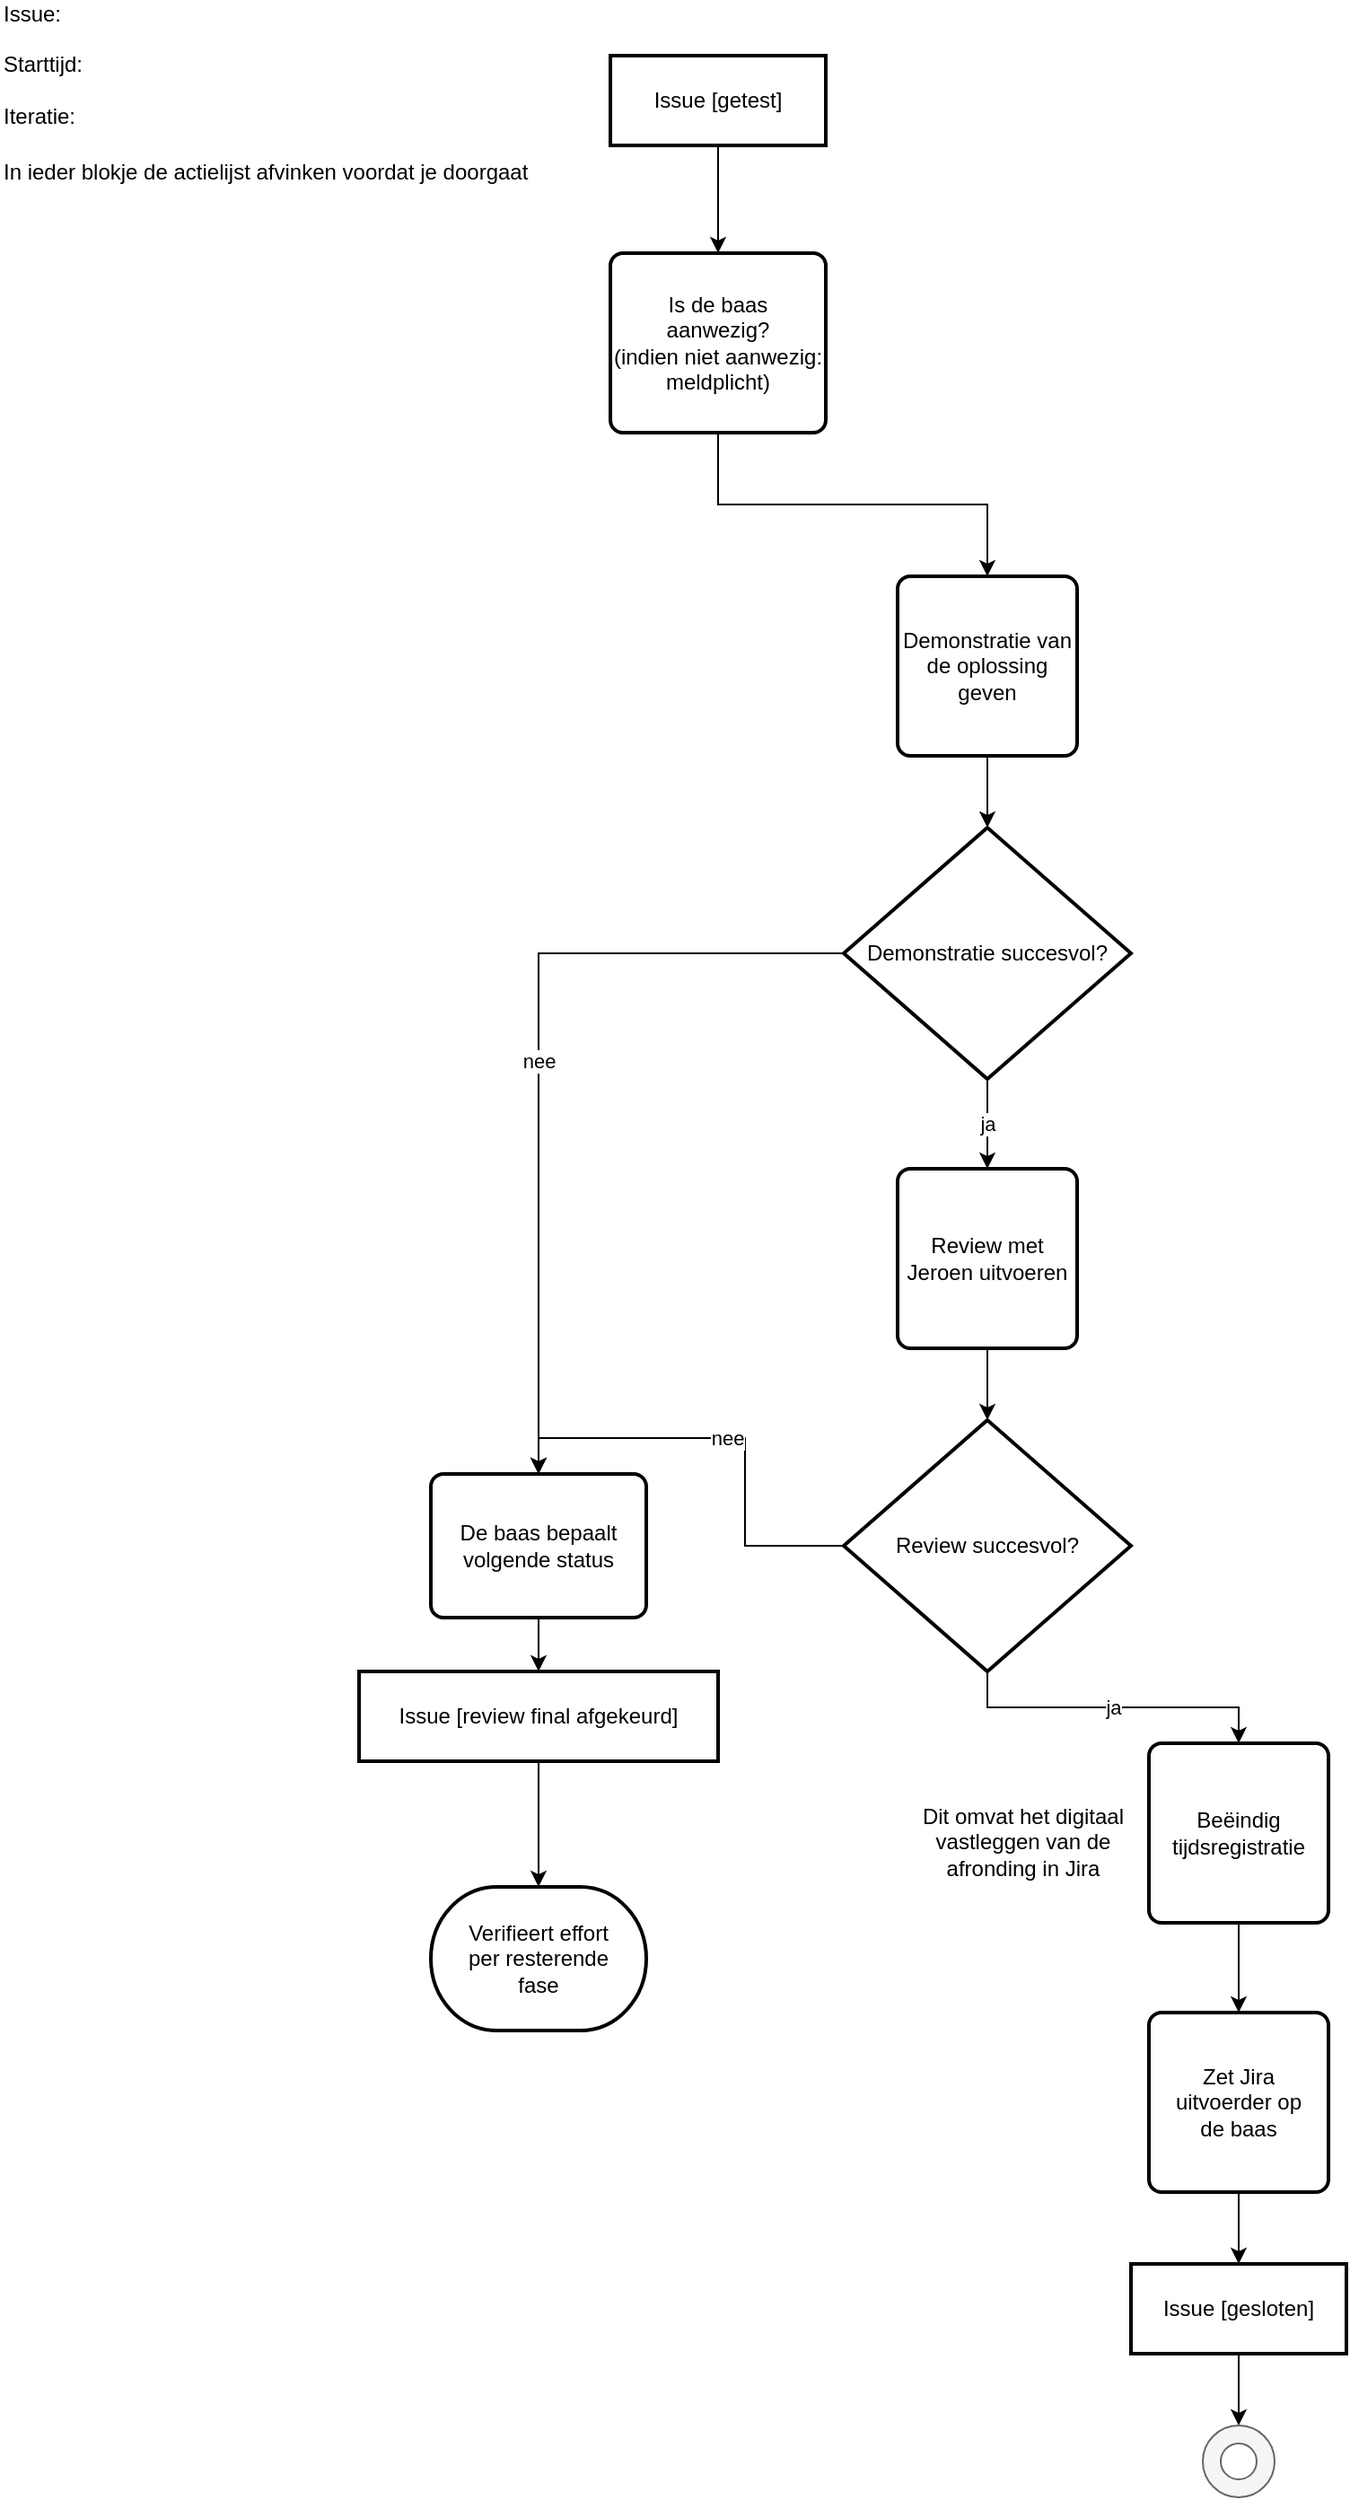
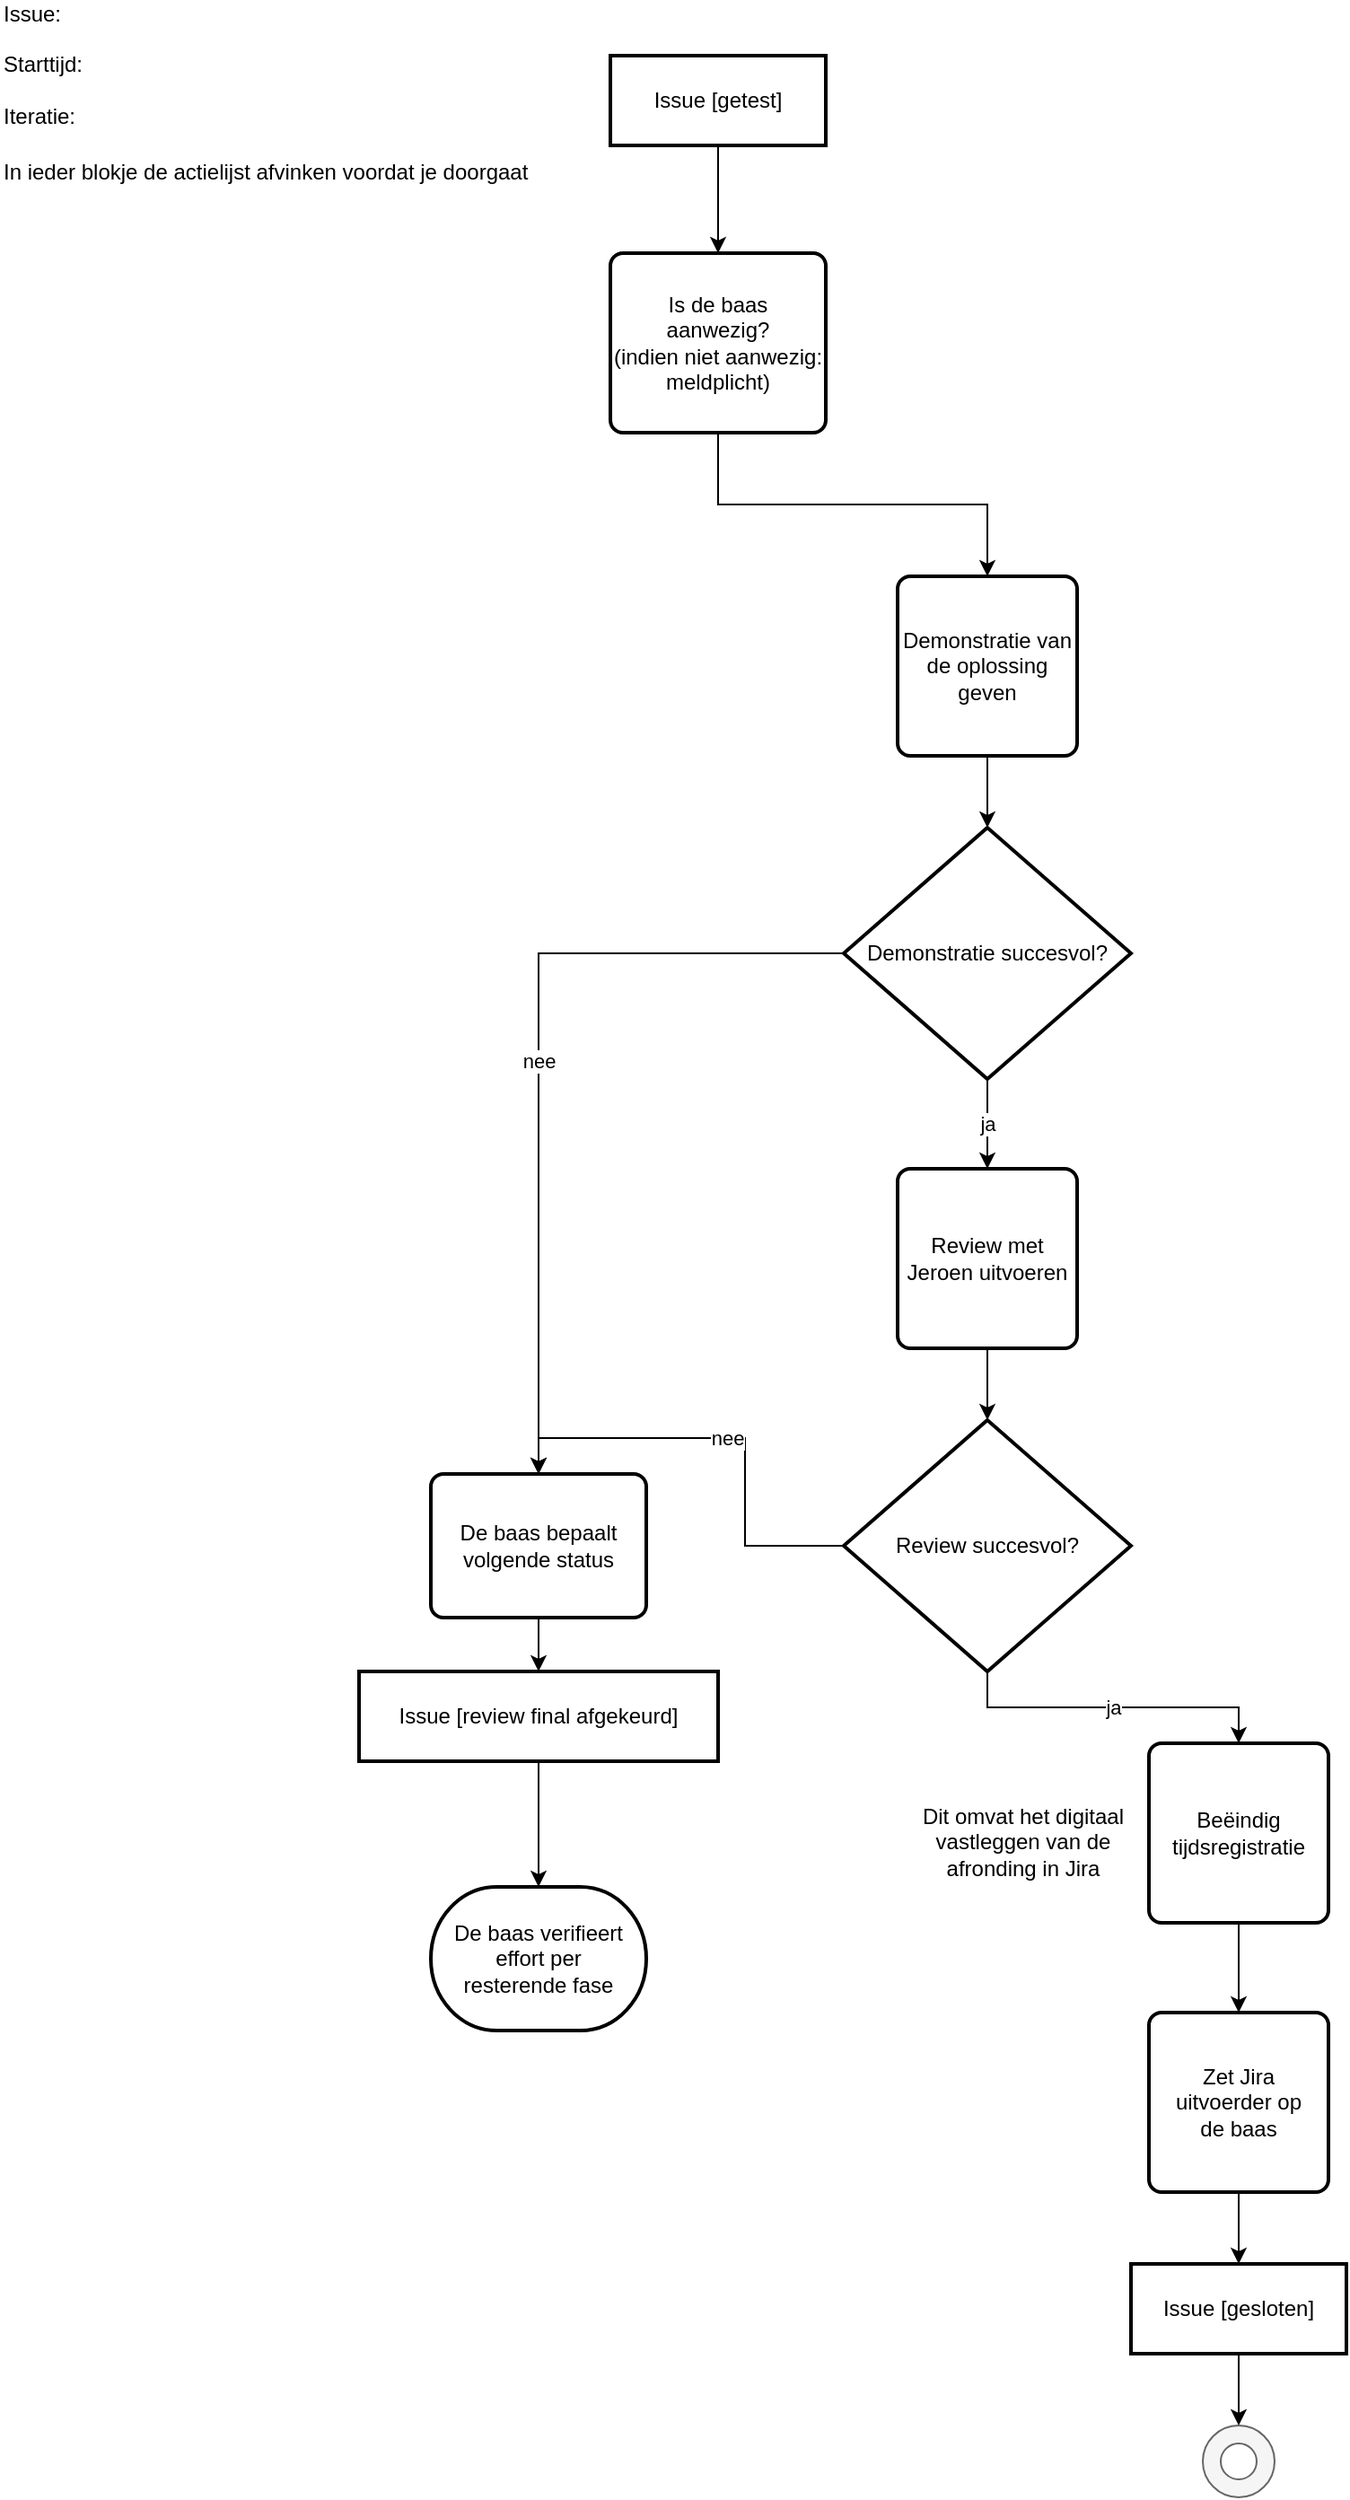
<mxfile host="Electron" agent="Mozilla/5.0 (Windows NT 10.0; Win64; x64) AppleWebKit/537.36 (KHTML, like Gecko) Chrome/143.0.0.0 Safari/537.36">
  <diagram name="Page-1" id="OA8Psgw5BU6XrezAwxYp">
    <mxGraphModel dx="1420" dy="970" grid="1" gridSize="10" guides="1" tooltips="1" connect="1" arrows="1" fold="1" page="1" pageScale="1" pageWidth="827" pageHeight="1169" math="0" shadow="0">
      <root>
        <mxCell id="0" />
        <mxCell id="1" parent="0" />
        <mxCell id="mpQzUtWff58q1bPTKcpG-1" edge="1" parent="1" source="mpQzUtWff58q1bPTKcpG-2" style="edgeStyle=orthogonalEdgeStyle;rounded=0;orthogonalLoop=1;jettySize=auto;html=1;entryX=0.5;entryY=0;entryDx=0;entryDy=0;" target="mpQzUtWff58q1bPTKcpG-4" value="">
          <mxGeometry relative="1" as="geometry" />
        </mxCell>
        <object label="Issue [getest]" Action="1001" id="mpQzUtWff58q1bPTKcpG-2">
          <mxCell parent="1" style="rounded=0;whiteSpace=wrap;html=1;strokeWidth=2;" vertex="1">
            <mxGeometry height="50" width="120" x="350" y="40" as="geometry" />
          </mxCell>
        </object>
        <mxCell id="mpQzUtWff58q1bPTKcpG-3" edge="1" parent="1" source="mpQzUtWff58q1bPTKcpG-4" style="edgeStyle=orthogonalEdgeStyle;rounded=0;orthogonalLoop=1;jettySize=auto;html=1;exitX=0.5;exitY=1;exitDx=0;exitDy=0;entryX=0.5;entryY=0;entryDx=0;entryDy=0;" target="mpQzUtWff58q1bPTKcpG-18">
          <mxGeometry relative="1" as="geometry" />
        </mxCell>
        <object label="Is de baas&lt;br&gt;aanwezig?&lt;br&gt;(indien niet aanwezig:&lt;br&gt;meldplicht)" Action="1002" id="mpQzUtWff58q1bPTKcpG-4">
          <mxCell parent="1" style="rounded=1;whiteSpace=wrap;html=1;absoluteArcSize=1;arcSize=14;strokeWidth=2;" vertex="1">
            <mxGeometry height="100" width="120" x="350" y="150" as="geometry" />
          </mxCell>
        </object>
        <mxCell id="edge_demo_to_demo_success" edge="1" parent="1" source="mpQzUtWff58q1bPTKcpG-18" style="edgeStyle=orthogonalEdgeStyle;rounded=0;orthogonalLoop=1;jettySize=auto;html=1;exitX=0.5;exitY=1;exitDx=0;exitDy=0;entryX=0.5;entryY=0;entryDx=0;entryDy=0;" target="node_demo_succesvol">
          <mxGeometry relative="1" as="geometry" />
        </mxCell>
        <object label="Demonstratie van de oplossing geven" Action="1004" id="mpQzUtWff58q1bPTKcpG-18">
          <mxCell parent="1" style="rounded=1;whiteSpace=wrap;html=1;absoluteArcSize=1;arcSize=14;strokeWidth=2;" vertex="1">
            <mxGeometry height="100" width="100" x="510" y="330" as="geometry" />
          </mxCell>
        </object>
        <mxCell id="edge_demo_success_ja" edge="1" parent="1" source="node_demo_succesvol" style="edgeStyle=orthogonalEdgeStyle;rounded=0;orthogonalLoop=1;jettySize=auto;html=1;exitX=0.5;exitY=1;exitDx=0;exitDy=0;entryX=0.5;entryY=0;entryDx=0;entryDy=0;" target="mpQzUtWff58q1bPTKcpG-28" value="ja">
          <mxGeometry relative="1" as="geometry" />
        </mxCell>
        <mxCell id="edge_demo_success_nee" edge="1" parent="1" source="node_demo_succesvol" style="edgeStyle=orthogonalEdgeStyle;rounded=0;orthogonalLoop=1;jettySize=auto;html=1;exitX=0;exitY=0.5;exitDx=0;exitDy=0;entryX=0.5;entryY=0;entryDx=0;entryDy=0;" target="mpQzUtWff58q1bPTKcpG-14" value="nee">
          <mxGeometry relative="1" as="geometry" />
        </mxCell>
        <object label="Demonstratie succesvol?" Action="1009" id="node_demo_succesvol">
          <mxCell parent="1" style="strokeWidth=2;html=1;shape=mxgraph.flowchart.decision;whiteSpace=wrap;" vertex="1">
            <mxGeometry height="140" width="160" x="480" y="470" as="geometry" />
          </mxCell>
        </object>
        <mxCell id="edge_review_to_review_success" edge="1" parent="1" source="mpQzUtWff58q1bPTKcpG-28" style="edgeStyle=orthogonalEdgeStyle;rounded=0;orthogonalLoop=1;jettySize=auto;html=1;exitX=0.5;exitY=1;exitDx=0;exitDy=0;entryX=0.5;entryY=0;entryDx=0;entryDy=0;" target="node_review_succesvol">
          <mxGeometry relative="1" as="geometry" />
        </mxCell>
        <object label="Review met Jeroen uitvoeren" Action="1005" id="mpQzUtWff58q1bPTKcpG-28">
          <mxCell parent="1" style="rounded=1;whiteSpace=wrap;html=1;absoluteArcSize=1;arcSize=14;strokeWidth=2;" vertex="1">
            <mxGeometry height="100" width="100" x="510" y="660" as="geometry" />
          </mxCell>
        </object>
        <mxCell id="edge_review_success_ja" edge="1" parent="1" source="node_review_succesvol" style="edgeStyle=orthogonalEdgeStyle;rounded=0;orthogonalLoop=1;jettySize=auto;html=1;exitX=0.5;exitY=1;exitDx=0;exitDy=0;entryX=0.5;entryY=0;entryDx=0;entryDy=0;" target="mpQzUtWff58q1bPTKcpG-20" value="ja">
          <mxGeometry relative="1" as="geometry" />
        </mxCell>
        <mxCell id="edge_review_success_nee" edge="1" parent="1" source="node_review_succesvol" style="edgeStyle=orthogonalEdgeStyle;rounded=0;orthogonalLoop=1;jettySize=auto;html=1;exitX=0;exitY=0.5;exitDx=0;exitDy=0;entryX=0.5;entryY=0;entryDx=0;entryDy=0;" target="mpQzUtWff58q1bPTKcpG-14" value="nee">
          <mxGeometry relative="1" as="geometry" />
        </mxCell>
        <object label="Review succesvol?" Action="1010" id="node_review_succesvol">
          <mxCell parent="1" style="strokeWidth=2;html=1;shape=mxgraph.flowchart.decision;whiteSpace=wrap;" vertex="1">
            <mxGeometry height="140" width="160" x="480" y="800" as="geometry" />
          </mxCell>
        </object>
        <mxCell id="mpQzUtWff58q1bPTKcpG-19" edge="1" parent="1" source="mpQzUtWff58q1bPTKcpG-20" style="edgeStyle=orthogonalEdgeStyle;rounded=0;orthogonalLoop=1;jettySize=auto;html=1;" target="mpQzUtWff58q1bPTKcpG-22" value="">
          <mxGeometry relative="1" as="geometry" />
        </mxCell>
        <object label="Beëindig&lt;br&gt;tijdsregistratie" Action="1007T" id="mpQzUtWff58q1bPTKcpG-20">
          <mxCell parent="1" style="rounded=1;whiteSpace=wrap;html=1;absoluteArcSize=1;arcSize=14;strokeWidth=2;" vertex="1">
            <mxGeometry height="100" width="100" x="650" y="980" as="geometry" />
          </mxCell>
        </object>
        <mxCell id="mpQzUtWff58q1bPTKcpG-21" parent="1" style="text;html=1;whiteSpace=wrap;strokeColor=none;fillColor=none;align=center;verticalAlign=middle;rounded=0;" value="Dit omvat het digitaal vastleggen van de afronding in Jira" vertex="1">
          <mxGeometry height="30" width="120" x="520" y="1020" as="geometry" />
        </mxCell>
        <object label="Zet Jira&lt;br&gt;uitvoerder op&lt;br&gt;de baas" Action="1008" id="mpQzUtWff58q1bPTKcpG-22">
          <mxCell parent="1" style="rounded=1;whiteSpace=wrap;html=1;absoluteArcSize=1;arcSize=14;strokeWidth=2;" vertex="1">
            <mxGeometry height="100" width="100" x="650" y="1130" as="geometry" />
          </mxCell>
        </object>
        <mxCell id="mpQzUtWff58q1bPTKcpG-24" edge="1" parent="1" source="mpQzUtWff58q1bPTKcpG-22" style="edgeStyle=orthogonalEdgeStyle;rounded=0;orthogonalLoop=1;jettySize=auto;html=1;exitX=0.5;exitY=1;exitDx=0;exitDy=0;entryX=0.5;entryY=0;entryDx=0;entryDy=0;" target="object_final_gesloten">
          <mxGeometry relative="1" as="geometry" />
        </mxCell>
        <object label="Issue [gesloten]" id="object_final_gesloten">
          <mxCell parent="1" style="rounded=0;whiteSpace=wrap;html=1;strokeWidth=2;" vertex="1">
            <mxGeometry height="50" width="120" x="640" y="1270" as="geometry" />
          </mxCell>
        </object>
        <mxCell id="edge_gesloten_to_final" edge="1" parent="1" source="object_final_gesloten" style="edgeStyle=orthogonalEdgeStyle;rounded=0;orthogonalLoop=1;jettySize=auto;html=1;exitX=0.5;exitY=1;exitDx=0;exitDy=0;entryX=0.5;entryY=0;entryDx=0;entryDy=0;" target="mpQzUtWff58q1bPTKcpG-23" value="">
          <mxGeometry relative="1" as="geometry" />
        </mxCell>
        <mxCell id="mpQzUtWff58q1bPTKcpG-23" parent="1" style="verticalLabelPosition=bottom;verticalAlign=top;html=1;shape=mxgraph.basic.donut;dx=10;fillColor=#f5f5f5;strokeColor=#666666;fontColor=#333333;" value="" vertex="1">
          <mxGeometry height="40" width="40" x="680" y="1360" as="geometry" />
        </mxCell>
        <object label="De baas bepaalt&lt;br&gt;volgende status" Action="1007F" id="mpQzUtWff58q1bPTKcpG-14">
          <mxCell parent="1" style="rounded=1;whiteSpace=wrap;html=1;absoluteArcSize=1;arcSize=14;strokeWidth=2;" vertex="1">
            <mxGeometry height="80" width="120" x="250" y="830" as="geometry" />
          </mxCell>
        </object>
        <mxCell id="mpQzUtWff58q1bPTKcpG-34" edge="1" parent="1" source="mpQzUtWff58q1bPTKcpG-14" style="edgeStyle=orthogonalEdgeStyle;rounded=0;orthogonalLoop=1;jettySize=auto;html=1;exitX=0.5;exitY=1;exitDx=0;exitDy=0;entryX=0.5;entryY=0;entryDx=0;entryDy=0;" target="object_final_afgekeurd">
          <mxGeometry relative="1" as="geometry" />
        </mxCell>
        <object label="Issue [review final afgekeurd]" id="object_final_afgekeurd">
          <mxCell parent="1" style="rounded=0;whiteSpace=wrap;html=1;strokeWidth=2;" vertex="1">
            <mxGeometry height="50" width="200" x="210" y="940" as="geometry" />
          </mxCell>
        </object>
        <mxCell id="edge_afgekeurd_to_verifieert" edge="1" parent="1" source="object_final_afgekeurd" style="edgeStyle=orthogonalEdgeStyle;rounded=0;orthogonalLoop=1;jettySize=auto;html=1;exitX=0.5;exitY=1;exitDx=0;exitDy=0;entryX=0.5;entryY=0;entryDx=0;entryDy=0;" target="mpQzUtWff58q1bPTKcpG-33">
          <mxGeometry relative="1" as="geometry" />
        </mxCell>
-         <object label="Verifieert effort&lt;br&gt;per resterende&lt;br&gt;fase" Action="1007G" id="mpQzUtWff58q1bPTKcpG-33">
+         <object label="De baas verifieert&lt;br&gt;effort per&lt;br&gt;resterende fase" Action="1007G" id="mpQzUtWff58q1bPTKcpG-33">
          <mxCell parent="1" style="strokeWidth=2;html=1;shape=mxgraph.flowchart.terminator;whiteSpace=wrap;" vertex="1">
            <mxGeometry height="80" width="120" x="250" y="1060" as="geometry" />
          </mxCell>
        </object>
        <mxCell id="mpQzUtWff58q1bPTKcpG-25" parent="1" style="text;html=1;align=left;verticalAlign=middle;whiteSpace=wrap;rounded=0;" value="Issue:&amp;nbsp; &amp;nbsp;&lt;br&gt;&lt;br&gt;Starttijd:&lt;br&gt;&lt;br&gt;Iteratie:&amp;nbsp;" vertex="1">
          <mxGeometry height="30" width="60" x="10" y="30" as="geometry" />
        </mxCell>
        <mxCell id="mpQzUtWff58q1bPTKcpG-26" parent="1" style="text;html=1;whiteSpace=wrap;strokeColor=none;fillColor=none;align=left;verticalAlign=middle;rounded=0;labelPosition=center;verticalLabelPosition=middle;" value="In ieder blokje de actielijst afvinken voordat je doorgaat" vertex="1">
          <mxGeometry height="30" width="300" x="10" y="90" as="geometry" />
        </mxCell>
      </root>
    </mxGraphModel>
  </diagram>
</mxfile>